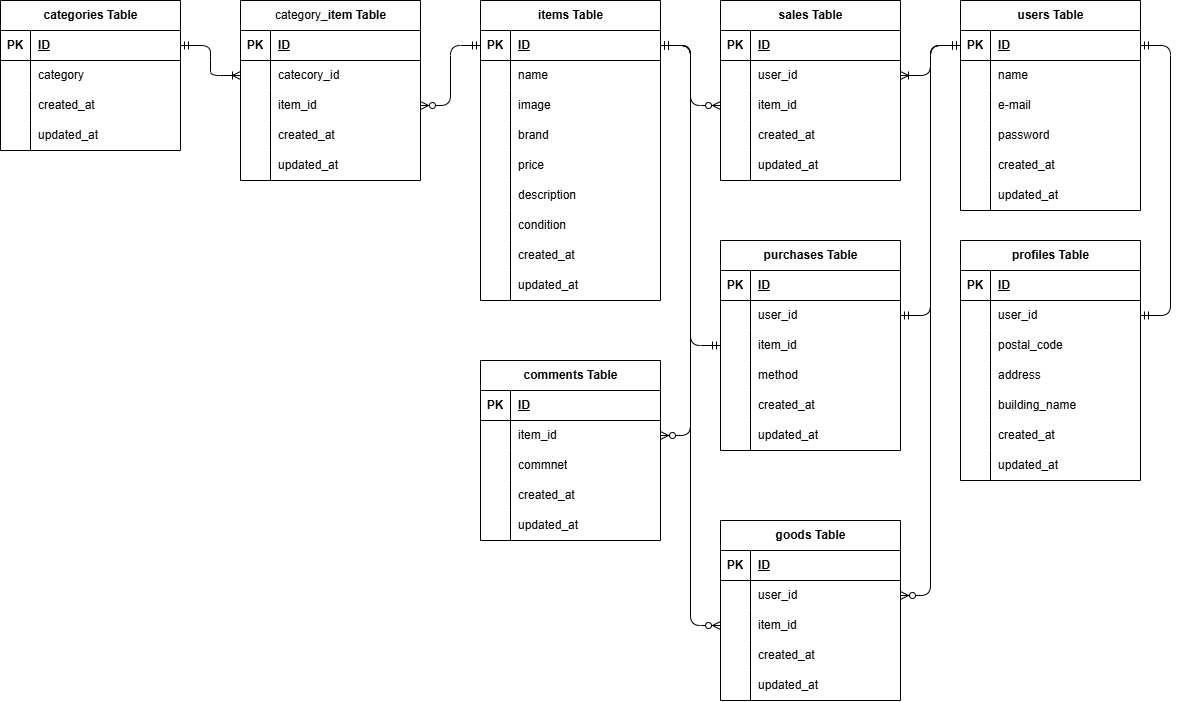
This is ER.drawio.png from LesserPand8/flea-market-app, a draw.io export, as it was before one commit. Source tidied: cells renumbered, new cells last; positions are measured from the earlier drawing's top-left corner, leaving out a move shared by most shapes.
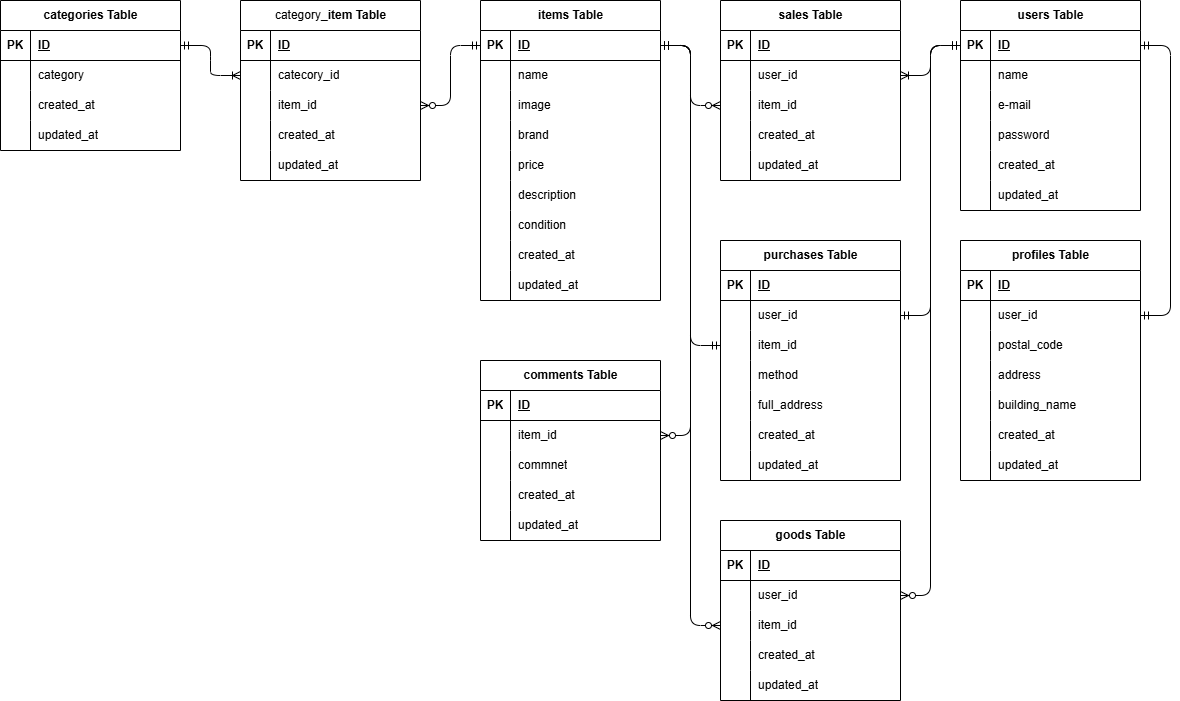
Later version of the same file.

Diff of the diagram source:
```diff
@@ -421,7 +421,7 @@
       <mxGeometry x="30" width="150" height="30" as="geometry" />
     </mxCell>
     <mxCell id="137" value="purchases&amp;nbsp;Table" style="shape=table;startSize=30;rowLines=0;fontStyle=1;align=center;html=1;" parent="1" vertex="1">
-      <mxGeometry x="720" y="240" width="180" height="210" as="geometry" />
+      <mxGeometry x="720" y="240" width="180" height="240" as="geometry" />
     </mxCell>
     <mxCell id="138" style="shape=tableRow;horizontal=0;startSize=0;swimlaneHead=0;swimlaneBody=0;fillColor=none;top=0;left=0;right=0;bottom=1;" parent="137" vertex="1">
       <mxGeometry y="30" width="180" height="30" as="geometry" />
@@ -465,7 +465,7 @@
     <mxCell id="151" style="shape=partialRectangle;fillColor=none;top=0;left=0;bottom=0;right=0;overflow=hidden;whiteSpace=wrap;html=1;" parent="150" vertex="1">
       <mxGeometry width="30" height="30" as="geometry" />
     </mxCell>
-    <mxCell id="152" value="&lt;span style=&quot;color: rgb(0, 0, 0);&quot;&gt;created_at&lt;/span&gt;" style="shape=partialRectangle;fillColor=none;top=0;left=0;bottom=0;right=0;align=left;spacingLeft=6;overflow=hidden;whiteSpace=wrap;html=1;" parent="150" vertex="1">
+    <mxCell id="152" value="full_address" style="shape=partialRectangle;fillColor=none;top=0;left=0;bottom=0;right=0;align=left;spacingLeft=6;overflow=hidden;whiteSpace=wrap;html=1;" parent="150" vertex="1">
       <mxGeometry x="30" width="150" height="30" as="geometry" />
     </mxCell>
     <mxCell id="153" style="shape=tableRow;horizontal=0;startSize=0;swimlaneHead=0;swimlaneBody=0;fillColor=none;top=0;left=0;right=0;bottom=0;" parent="137" vertex="1">
@@ -474,9 +474,18 @@
     <mxCell id="154" style="shape=partialRectangle;fillColor=none;top=0;left=0;bottom=0;right=0;overflow=hidden;whiteSpace=wrap;html=1;" parent="153" vertex="1">
       <mxGeometry width="30" height="30" as="geometry" />
     </mxCell>
-    <mxCell id="155" value="&lt;span style=&quot;color: rgb(0, 0, 0);&quot;&gt;updated_at&lt;/span&gt;" style="shape=partialRectangle;fillColor=none;top=0;left=0;bottom=0;right=0;align=left;spacingLeft=6;overflow=hidden;whiteSpace=wrap;html=1;" parent="153" vertex="1">
+    <mxCell id="155" value="&lt;span style=&quot;color: rgb(0, 0, 0);&quot;&gt;created_at&lt;/span&gt;" style="shape=partialRectangle;fillColor=none;top=0;left=0;bottom=0;right=0;align=left;spacingLeft=6;overflow=hidden;whiteSpace=wrap;html=1;" parent="153" vertex="1">
       <mxGeometry x="30" width="150" height="30" as="geometry" />
     </mxCell>
+    <mxCell id="177" style="shape=tableRow;horizontal=0;startSize=0;swimlaneHead=0;swimlaneBody=0;fillColor=none;top=0;left=0;right=0;bottom=0;" parent="137" vertex="1">
+      <mxGeometry y="210" width="180" height="30" as="geometry" />
+    </mxCell>
+    <mxCell id="178" style="shape=partialRectangle;fillColor=none;top=0;left=0;bottom=0;right=0;overflow=hidden;whiteSpace=wrap;html=1;" parent="177" vertex="1">
+      <mxGeometry width="30" height="30" as="geometry" />
+    </mxCell>
+    <mxCell id="179" value="&lt;span style=&quot;color: rgb(0, 0, 0);&quot;&gt;updated_at&lt;/span&gt;" style="shape=partialRectangle;fillColor=none;top=0;left=0;bottom=0;right=0;align=left;spacingLeft=6;overflow=hidden;whiteSpace=wrap;html=1;" parent="177" vertex="1">
+      <mxGeometry x="30" width="150" height="30" as="geometry" />
+    </mxCell>
     <mxCell id="156" style="edgeStyle=entityRelationEdgeStyle;fontSize=12;html=1;endArrow=ERzeroToMany;startArrow=ERmandOne;entryX=1;entryY=0.5;entryDx=0;entryDy=0;" parent="1" edge="1" source="3" target="125">
       <mxGeometry relative="1" as="geometry" />
     </mxCell>
```
